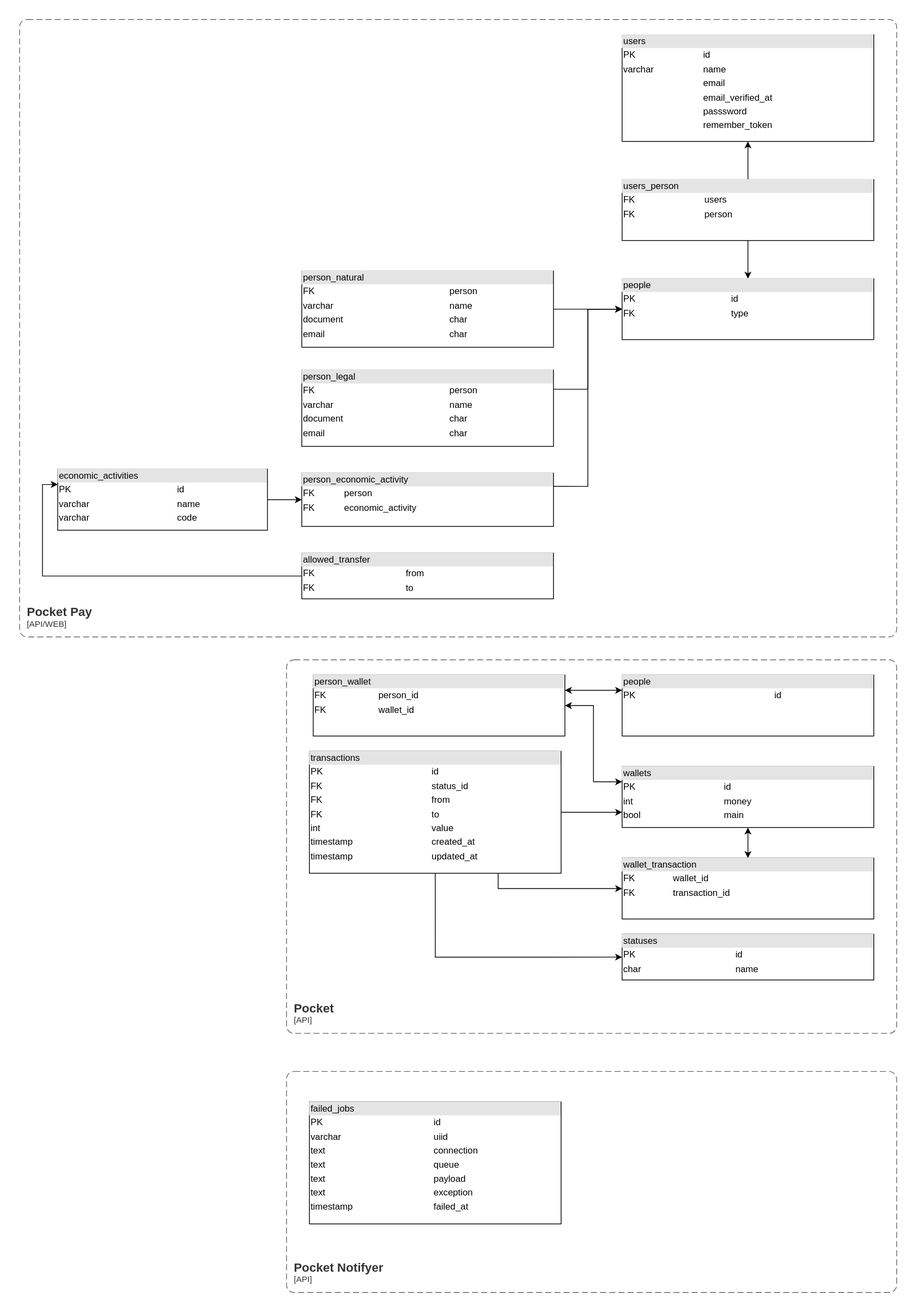
Above: doc/database.svg in vakaman/pocketpay (draw.io), before the change. Source tidied: cells renumbered, new cells last; positions are measured from the earlier drawing's top-left corner, leaving out a move shared by most shapes.
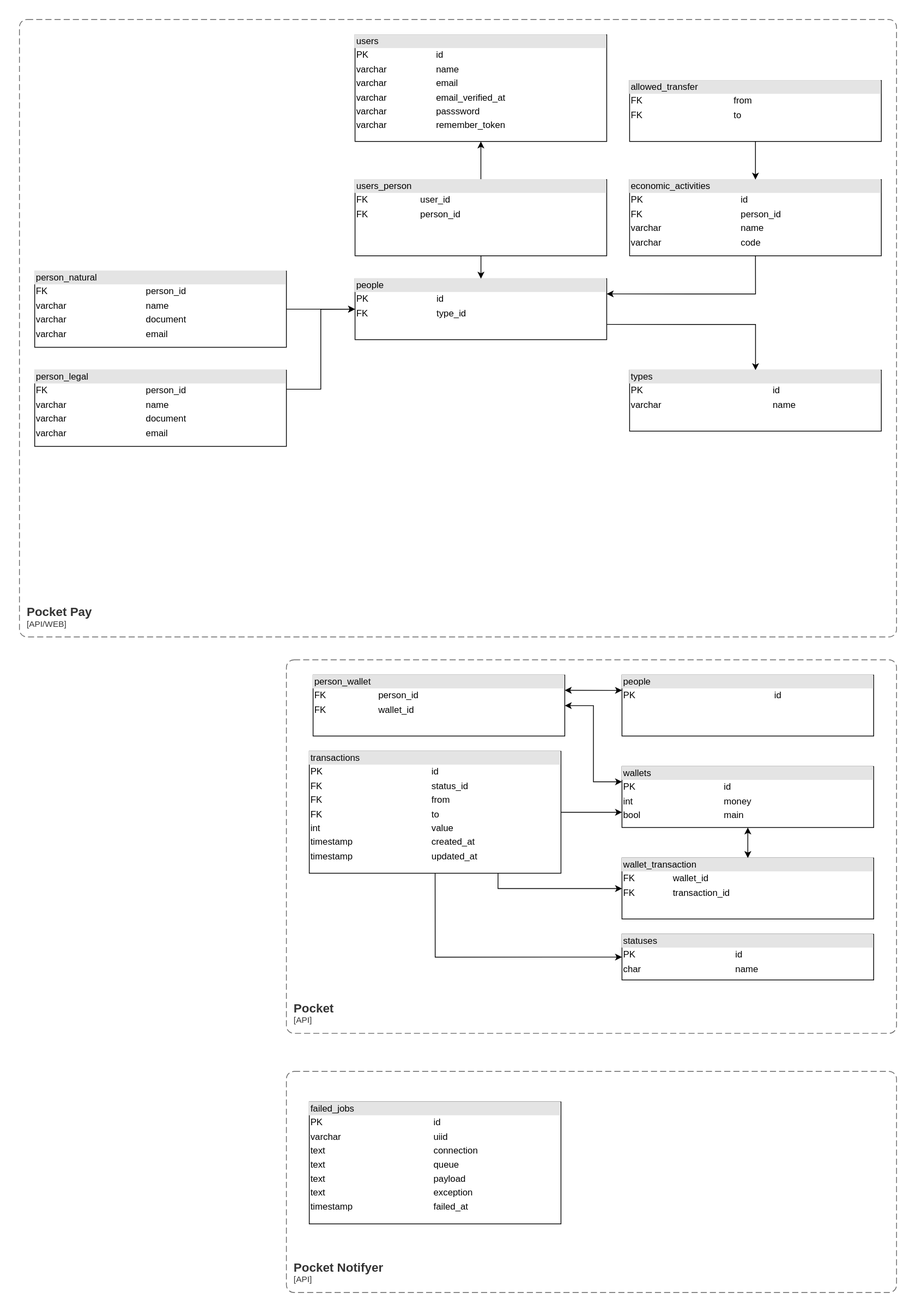
Above is the later version.

Commit message:
refact: adjust database doc

What changed in the source:
```diff
@@ -2,8 +2,8 @@
   <root>
     <mxCell id="0" />
     <mxCell id="1" parent="0" />
-    <mxCell id="2" value="&lt;div style=&quot;box-sizing:border-box;width:100%;background:#e4e4e4;padding:2px;&quot;&gt;users&lt;/div&gt;&lt;table style=&quot;width:100%;font-size:1em;&quot; cellpadding=&quot;2&quot; cellspacing=&quot;0&quot;&gt;&lt;tbody&gt;&lt;tr&gt;&lt;td&gt;PK&lt;/td&gt;&lt;td&gt;id&lt;br&gt;&lt;/td&gt;&lt;/tr&gt;&lt;tr&gt;&lt;td&gt;varchar&lt;/td&gt;&lt;td&gt;name&lt;/td&gt;&lt;/tr&gt;&lt;tr&gt;&lt;td&gt;&lt;/td&gt;&lt;td&gt;email&lt;br&gt;&lt;/td&gt;&lt;/tr&gt;&lt;tr&gt;&lt;td&gt;&lt;br&gt;&lt;/td&gt;&lt;td&gt;email_verified_at&lt;br&gt;&lt;/td&gt;&lt;/tr&gt;&lt;tr&gt;&lt;td&gt;&lt;br&gt;&lt;/td&gt;&lt;td&gt;passsword&lt;/td&gt;&lt;/tr&gt;&lt;tr&gt;&lt;td&gt;&lt;br&gt;&lt;/td&gt;&lt;td&gt;remember_token&lt;/td&gt;&lt;/tr&gt;&lt;/tbody&gt;&lt;/table&gt;" style="verticalAlign=top;align=left;overflow=fill;html=1;whiteSpace=wrap;" parent="1" vertex="1">
-      <mxGeometry x="790" y="20" width="330" height="140" as="geometry" />
+    <mxCell id="2" value="&lt;div style=&quot;box-sizing:border-box;width:100%;background:#e4e4e4;padding:2px;&quot;&gt;users&lt;/div&gt;&lt;table style=&quot;width:100%;font-size:1em;&quot; cellpadding=&quot;2&quot; cellspacing=&quot;0&quot;&gt;&lt;tbody&gt;&lt;tr&gt;&lt;td&gt;PK&lt;/td&gt;&lt;td&gt;id&lt;br&gt;&lt;/td&gt;&lt;/tr&gt;&lt;tr&gt;&lt;td&gt;varchar&lt;/td&gt;&lt;td&gt;name&lt;/td&gt;&lt;/tr&gt;&lt;tr&gt;&lt;td&gt;varchar&lt;/td&gt;&lt;td&gt;email&lt;br&gt;&lt;/td&gt;&lt;/tr&gt;&lt;tr&gt;&lt;td&gt;varchar&lt;br&gt;&lt;/td&gt;&lt;td&gt;email_verified_at&lt;br&gt;&lt;/td&gt;&lt;/tr&gt;&lt;tr&gt;&lt;td&gt;varchar&lt;br&gt;&lt;/td&gt;&lt;td&gt;passsword&lt;/td&gt;&lt;/tr&gt;&lt;tr&gt;&lt;td&gt;varchar&lt;br&gt;&lt;/td&gt;&lt;td&gt;remember_token&lt;/td&gt;&lt;/tr&gt;&lt;/tbody&gt;&lt;/table&gt;" style="verticalAlign=top;align=left;overflow=fill;html=1;whiteSpace=wrap;" parent="1" vertex="1">
+      <mxGeometry x="440" y="20" width="330" height="140" as="geometry" />
     </mxCell>
     <mxCell id="3" style="edgeStyle=orthogonalEdgeStyle;rounded=0;jettySize=auto;html=1;exitX=0.75;exitY=1;exitDx=0;exitDy=0;" parent="1" edge="1" source="5" target="31">
       <mxGeometry relative="1" as="geometry" />
@@ -31,14 +31,17 @@
     <mxCell id="9" value="&lt;div style=&quot;box-sizing:border-box;width:100%;background:#e4e4e4;padding:2px;&quot;&gt;wallets&lt;/div&gt;&lt;table style=&quot;width:100%;font-size:1em;&quot; cellpadding=&quot;2&quot; cellspacing=&quot;0&quot;&gt;&lt;tbody&gt;&lt;tr&gt;&lt;td&gt;PK&lt;/td&gt;&lt;td&gt;id&lt;br&gt;&lt;/td&gt;&lt;/tr&gt;&lt;tr&gt;&lt;td&gt;int&lt;/td&gt;&lt;td&gt;money&lt;/td&gt;&lt;/tr&gt;&lt;tr&gt;&lt;td&gt;bool&lt;/td&gt;&lt;td&gt;main&lt;/td&gt;&lt;/tr&gt;&lt;tr&gt;&lt;td&gt;&lt;br&gt;&lt;/td&gt;&lt;td&gt;&lt;br&gt;&lt;/td&gt;&lt;/tr&gt;&lt;tr&gt;&lt;td&gt;&lt;br&gt;&lt;/td&gt;&lt;td&gt;&lt;br&gt;&lt;/td&gt;&lt;/tr&gt;&lt;tr&gt;&lt;td&gt;&lt;br&gt;&lt;/td&gt;&lt;td&gt;&lt;br&gt;&lt;/td&gt;&lt;/tr&gt;&lt;/tbody&gt;&lt;/table&gt;" style="verticalAlign=top;align=left;overflow=fill;html=1;whiteSpace=wrap;" parent="1" vertex="1">
       <mxGeometry x="790" y="980" width="330" height="80" as="geometry" />
     </mxCell>
+    <mxCell id="33" style="edgeStyle=orthogonalEdgeStyle;rounded=0;jettySize=auto;html=1;exitX=1;exitY=0.75;exitDx=0;exitDy=0;" parent="1" edge="1" source="10" target="35">
+      <mxGeometry relative="1" as="geometry" />
+    </mxCell>
-    <mxCell id="10" value="&lt;div style=&quot;box-sizing:border-box;width:100%;background:#e4e4e4;padding:2px;&quot;&gt;people&lt;/div&gt;&lt;table style=&quot;width:100%;font-size:1em;&quot; cellpadding=&quot;2&quot; cellspacing=&quot;0&quot;&gt;&lt;tbody&gt;&lt;tr&gt;&lt;td&gt;PK&lt;/td&gt;&lt;td&gt;id&lt;br&gt;&lt;/td&gt;&lt;/tr&gt;&lt;tr&gt;&lt;td&gt;FK&lt;/td&gt;&lt;td&gt;type&lt;/td&gt;&lt;/tr&gt;&lt;tr&gt;&lt;td&gt;&lt;br&gt;&lt;/td&gt;&lt;td&gt;&lt;br&gt;&lt;/td&gt;&lt;/tr&gt;&lt;tr&gt;&lt;td&gt;&lt;br&gt;&lt;/td&gt;&lt;td&gt;&lt;br&gt;&lt;/td&gt;&lt;/tr&gt;&lt;tr&gt;&lt;td&gt;&lt;br&gt;&lt;/td&gt;&lt;td&gt;&lt;br&gt;&lt;/td&gt;&lt;/tr&gt;&lt;/tbody&gt;&lt;/table&gt;" style="verticalAlign=top;align=left;overflow=fill;html=1;whiteSpace=wrap;" parent="1" vertex="1">
-      <mxGeometry x="790" y="340" width="330" height="80" as="geometry" />
+    <mxCell id="10" value="&lt;div style=&quot;box-sizing:border-box;width:100%;background:#e4e4e4;padding:2px;&quot;&gt;people&lt;/div&gt;&lt;table style=&quot;width:100%;font-size:1em;&quot; cellpadding=&quot;2&quot; cellspacing=&quot;0&quot;&gt;&lt;tbody&gt;&lt;tr&gt;&lt;td&gt;PK&lt;/td&gt;&lt;td&gt;id&lt;br&gt;&lt;/td&gt;&lt;/tr&gt;&lt;tr&gt;&lt;td&gt;FK&lt;/td&gt;&lt;td&gt;type_id&lt;/td&gt;&lt;/tr&gt;&lt;tr&gt;&lt;td&gt;&lt;/td&gt;&lt;td&gt;&lt;br&gt;&lt;/td&gt;&lt;/tr&gt;&lt;tr&gt;&lt;td&gt;&lt;br&gt;&lt;/td&gt;&lt;td&gt;&lt;br&gt;&lt;/td&gt;&lt;/tr&gt;&lt;tr&gt;&lt;td&gt;&lt;br&gt;&lt;/td&gt;&lt;td&gt;&lt;br&gt;&lt;/td&gt;&lt;/tr&gt;&lt;/tbody&gt;&lt;/table&gt;" style="verticalAlign=top;align=left;overflow=fill;html=1;whiteSpace=wrap;" parent="1" vertex="1">
+      <mxGeometry x="440" y="340" width="330" height="80" as="geometry" />
     </mxCell>
     <mxCell id="11" style="edgeStyle=orthogonalEdgeStyle;rounded=0;jettySize=auto;html=1;" parent="1" edge="1" source="12" target="10">
       <mxGeometry relative="1" as="geometry" />
     </mxCell>
-    <mxCell id="12" value="&lt;div style=&quot;box-sizing:border-box;width:100%;background:#e4e4e4;padding:2px;&quot;&gt;person_natural&lt;/div&gt;&lt;table style=&quot;width:100%;font-size:1em;&quot; cellpadding=&quot;2&quot; cellspacing=&quot;0&quot;&gt;&lt;tbody&gt;&lt;tr&gt;&lt;td&gt;FK&lt;/td&gt;&lt;td&gt;person&lt;br&gt;&lt;/td&gt;&lt;/tr&gt;&lt;tr&gt;&lt;td&gt;varchar&lt;/td&gt;&lt;td&gt;name&lt;/td&gt;&lt;/tr&gt;&lt;tr&gt;&lt;td&gt;document&lt;/td&gt;&lt;td&gt;char&lt;/td&gt;&lt;/tr&gt;&lt;tr&gt;&lt;td&gt;email&lt;/td&gt;&lt;td&gt;char&lt;/td&gt;&lt;/tr&gt;&lt;tr&gt;&lt;td&gt;&lt;br&gt;&lt;/td&gt;&lt;td&gt;&lt;br&gt;&lt;/td&gt;&lt;/tr&gt;&lt;tr&gt;&lt;td&gt;&lt;br&gt;&lt;/td&gt;&lt;td&gt;&lt;br&gt;&lt;/td&gt;&lt;/tr&gt;&lt;/tbody&gt;&lt;/table&gt;" style="verticalAlign=top;align=left;overflow=fill;html=1;whiteSpace=wrap;" parent="1" vertex="1">
-      <mxGeometry x="370" y="330" width="330" height="100" as="geometry" />
+    <mxCell id="12" value="&lt;div style=&quot;box-sizing:border-box;width:100%;background:#e4e4e4;padding:2px;&quot;&gt;person_natural&lt;/div&gt;&lt;table style=&quot;width:100%;font-size:1em;&quot; cellpadding=&quot;2&quot; cellspacing=&quot;0&quot;&gt;&lt;tbody&gt;&lt;tr&gt;&lt;td&gt;FK&lt;/td&gt;&lt;td&gt;person_id&lt;br&gt;&lt;/td&gt;&lt;/tr&gt;&lt;tr&gt;&lt;td&gt;varchar&lt;/td&gt;&lt;td&gt;name&lt;/td&gt;&lt;/tr&gt;&lt;tr&gt;&lt;td&gt;varchar&lt;br&gt;&lt;/td&gt;&lt;td&gt;document&lt;/td&gt;&lt;/tr&gt;&lt;tr&gt;&lt;td&gt;varchar&lt;br&gt;&lt;/td&gt;&lt;td&gt;email&lt;/td&gt;&lt;/tr&gt;&lt;tr&gt;&lt;td&gt;&lt;br&gt;&lt;/td&gt;&lt;td&gt;&lt;br&gt;&lt;/td&gt;&lt;/tr&gt;&lt;tr&gt;&lt;td&gt;&lt;br&gt;&lt;/td&gt;&lt;td&gt;&lt;br&gt;&lt;/td&gt;&lt;/tr&gt;&lt;/tbody&gt;&lt;/table&gt;" style="verticalAlign=top;align=left;overflow=fill;html=1;whiteSpace=wrap;" parent="1" vertex="1">
+      <mxGeometry x="20" y="330" width="330" height="100" as="geometry" />
     </mxCell>
     <mxCell id="13" style="edgeStyle=orthogonalEdgeStyle;rounded=0;jettySize=auto;html=1;entryX=0;entryY=0.5;entryDx=0;entryDy=0;exitX=1;exitY=0.25;exitDx=0;exitDy=0;" parent="1" edge="1" source="17" target="10">
       <mxGeometry relative="1" as="geometry" />
@@ -49,29 +52,23 @@
     <mxCell id="15" style="edgeStyle=orthogonalEdgeStyle;rounded=0;jettySize=auto;html=1;" parent="1" edge="1" source="16" target="10">
       <mxGeometry relative="1" as="geometry" />
     </mxCell>
-    <mxCell id="16" value="&lt;div style=&quot;box-sizing:border-box;width:100%;background:#e4e4e4;padding:2px;&quot;&gt;users_person&lt;/div&gt;&lt;table style=&quot;width:100%;font-size:1em;&quot; cellpadding=&quot;2&quot; cellspacing=&quot;0&quot;&gt;&lt;tbody&gt;&lt;tr&gt;&lt;td&gt;FK&lt;/td&gt;&lt;td&gt;users&lt;/td&gt;&lt;/tr&gt;&lt;tr&gt;&lt;td&gt;FK&lt;/td&gt;&lt;td&gt;person&lt;/td&gt;&lt;/tr&gt;&lt;tr&gt;&lt;td&gt;&lt;br&gt;&lt;/td&gt;&lt;td&gt;&lt;br&gt;&lt;/td&gt;&lt;/tr&gt;&lt;tr&gt;&lt;td&gt;&lt;br&gt;&lt;/td&gt;&lt;td&gt;&lt;br&gt;&lt;/td&gt;&lt;/tr&gt;&lt;tr&gt;&lt;td&gt;&lt;br&gt;&lt;/td&gt;&lt;td&gt;&lt;br&gt;&lt;/td&gt;&lt;/tr&gt;&lt;/tbody&gt;&lt;/table&gt;" style="verticalAlign=top;align=left;overflow=fill;html=1;whiteSpace=wrap;" parent="1" vertex="1">
-      <mxGeometry x="790" y="210" width="330" height="80" as="geometry" />
+    <mxCell id="16" value="&lt;div style=&quot;box-sizing:border-box;width:100%;background:#e4e4e4;padding:2px;&quot;&gt;users_person&lt;/div&gt;&lt;table style=&quot;width:100%;font-size:1em;&quot; cellpadding=&quot;2&quot; cellspacing=&quot;0&quot;&gt;&lt;tbody&gt;&lt;tr&gt;&lt;td&gt;FK&lt;/td&gt;&lt;td&gt;user_id&lt;/td&gt;&lt;/tr&gt;&lt;tr&gt;&lt;td&gt;FK&lt;/td&gt;&lt;td&gt;person_id&lt;/td&gt;&lt;/tr&gt;&lt;tr&gt;&lt;td&gt;&lt;br&gt;&lt;/td&gt;&lt;td&gt;&lt;br&gt;&lt;/td&gt;&lt;/tr&gt;&lt;tr&gt;&lt;td&gt;&lt;br&gt;&lt;/td&gt;&lt;td&gt;&lt;br&gt;&lt;/td&gt;&lt;/tr&gt;&lt;tr&gt;&lt;td&gt;&lt;br&gt;&lt;/td&gt;&lt;td&gt;&lt;br&gt;&lt;/td&gt;&lt;/tr&gt;&lt;/tbody&gt;&lt;/table&gt;" style="verticalAlign=top;align=left;overflow=fill;html=1;whiteSpace=wrap;" parent="1" vertex="1">
+      <mxGeometry x="440" y="210" width="330" height="100" as="geometry" />
     </mxCell>
-    <mxCell id="17" value="&lt;div style=&quot;box-sizing:border-box;width:100%;background:#e4e4e4;padding:2px;&quot;&gt;person_legal&lt;/div&gt;&lt;table style=&quot;width:100%;font-size:1em;&quot; cellpadding=&quot;2&quot; cellspacing=&quot;0&quot;&gt;&lt;tbody&gt;&lt;tr&gt;&lt;td&gt;FK&lt;/td&gt;&lt;td&gt;person&lt;/td&gt;&lt;/tr&gt;&lt;tr&gt;&lt;td&gt;varchar&lt;/td&gt;&lt;td&gt;name&lt;/td&gt;&lt;/tr&gt;&lt;tr&gt;&lt;td&gt;document&lt;/td&gt;&lt;td&gt;char&lt;/td&gt;&lt;/tr&gt;&lt;tr&gt;&lt;td&gt;email&lt;/td&gt;&lt;td&gt;char&lt;/td&gt;&lt;/tr&gt;&lt;tr&gt;&lt;td&gt;&lt;br&gt;&lt;/td&gt;&lt;td&gt;&lt;br&gt;&lt;/td&gt;&lt;/tr&gt;&lt;tr&gt;&lt;td&gt;&lt;br&gt;&lt;/td&gt;&lt;td&gt;&lt;br&gt;&lt;/td&gt;&lt;/tr&gt;&lt;/tbody&gt;&lt;/table&gt;" style="verticalAlign=top;align=left;overflow=fill;html=1;whiteSpace=wrap;" parent="1" vertex="1">
-      <mxGeometry x="370" y="460" width="330" height="100" as="geometry" />
+    <mxCell id="17" value="&lt;div style=&quot;box-sizing:border-box;width:100%;background:#e4e4e4;padding:2px;&quot;&gt;person_legal&lt;/div&gt;&lt;table style=&quot;width:100%;font-size:1em;&quot; cellpadding=&quot;2&quot; cellspacing=&quot;0&quot;&gt;&lt;tbody&gt;&lt;tr&gt;&lt;td&gt;FK&lt;/td&gt;&lt;td&gt;person_id&lt;br&gt;&lt;/td&gt;&lt;/tr&gt;&lt;tr&gt;&lt;td&gt;varchar&lt;/td&gt;&lt;td&gt;name&lt;/td&gt;&lt;/tr&gt;&lt;tr&gt;&lt;td&gt;varchar&lt;br&gt;&lt;/td&gt;&lt;td&gt;document&lt;/td&gt;&lt;/tr&gt;&lt;tr&gt;&lt;td&gt;varchar&lt;br&gt;&lt;/td&gt;&lt;td&gt;email&lt;/td&gt;&lt;/tr&gt;&lt;tr&gt;&lt;td&gt;&lt;br&gt;&lt;/td&gt;&lt;td&gt;&lt;br&gt;&lt;/td&gt;&lt;/tr&gt;&lt;tr&gt;&lt;td&gt;&lt;br&gt;&lt;/td&gt;&lt;td&gt;&lt;br&gt;&lt;/td&gt;&lt;/tr&gt;&lt;/tbody&gt;&lt;/table&gt;" style="verticalAlign=top;align=left;overflow=fill;html=1;whiteSpace=wrap;" parent="1" vertex="1">
+      <mxGeometry x="20" y="460" width="330" height="100" as="geometry" />
     </mxCell>
-    <mxCell id="18" style="edgeStyle=orthogonalEdgeStyle;rounded=0;jettySize=auto;html=1;entryX=0;entryY=0.5;entryDx=0;entryDy=0;exitX=1;exitY=0.25;exitDx=0;exitDy=0;" parent="1" edge="1" source="19" target="10">
-      <mxGeometry relative="1" as="geometry" />
-    </mxCell>
-    <mxCell id="19" value="&lt;div style=&quot;box-sizing:border-box;width:100%;background:#e4e4e4;padding:2px;&quot;&gt;person_economic_activity&lt;/div&gt;&lt;table style=&quot;width:100%;font-size:1em;&quot; cellpadding=&quot;2&quot; cellspacing=&quot;0&quot;&gt;&lt;tbody&gt;&lt;tr&gt;&lt;td&gt;FK&lt;/td&gt;&lt;td&gt;person&lt;/td&gt;&lt;/tr&gt;&lt;tr&gt;&lt;td&gt;FK&lt;/td&gt;&lt;td&gt;economic_activity&lt;br&gt;&lt;/td&gt;&lt;/tr&gt;&lt;tr&gt;&lt;td&gt;&lt;br&gt;&lt;/td&gt;&lt;td&gt;&lt;br&gt;&lt;/td&gt;&lt;/tr&gt;&lt;tr&gt;&lt;td&gt;&lt;br&gt;&lt;/td&gt;&lt;td&gt;&lt;br&gt;&lt;/td&gt;&lt;/tr&gt;&lt;tr&gt;&lt;td&gt;&lt;br&gt;&lt;/td&gt;&lt;td&gt;&lt;br&gt;&lt;/td&gt;&lt;/tr&gt;&lt;/tbody&gt;&lt;/table&gt;" style="verticalAlign=top;align=left;overflow=fill;html=1;whiteSpace=wrap;" parent="1" vertex="1">
-      <mxGeometry x="370" y="595" width="330" height="70" as="geometry" />
-    </mxCell>
-    <mxCell id="20" style="edgeStyle=orthogonalEdgeStyle;rounded=0;jettySize=auto;html=1;" parent="1" edge="1" source="21" target="19">
-      <mxGeometry relative="1" as="geometry" />
-    </mxCell>
+    <mxCell id="34" style="edgeStyle=orthogonalEdgeStyle;rounded=0;jettySize=auto;html=1;exitX=0.5;exitY=1;exitDx=0;exitDy=0;entryX=1;entryY=0.25;entryDx=0;entryDy=0;" parent="1" edge="1" source="21" target="10">
+      <mxGeometry relative="1" as="geometry" />
+    </mxCell>
-    <mxCell id="21" value="&lt;div style=&quot;box-sizing:border-box;width:100%;background:#e4e4e4;padding:2px;&quot;&gt;economic_activities&lt;/div&gt;&lt;table style=&quot;width:100%;font-size:1em;&quot; cellpadding=&quot;2&quot; cellspacing=&quot;0&quot;&gt;&lt;tbody&gt;&lt;tr&gt;&lt;td&gt;PK&lt;/td&gt;&lt;td&gt;id&lt;/td&gt;&lt;/tr&gt;&lt;tr&gt;&lt;td&gt;varchar&lt;/td&gt;&lt;td&gt;name&lt;br&gt;&lt;/td&gt;&lt;/tr&gt;&lt;tr&gt;&lt;td&gt;varchar&lt;br&gt;&lt;/td&gt;&lt;td&gt;code&lt;/td&gt;&lt;/tr&gt;&lt;tr&gt;&lt;td&gt;&lt;br&gt;&lt;/td&gt;&lt;td&gt;&lt;br&gt;&lt;/td&gt;&lt;/tr&gt;&lt;tr&gt;&lt;td&gt;&lt;br&gt;&lt;/td&gt;&lt;td&gt;&lt;br&gt;&lt;/td&gt;&lt;/tr&gt;&lt;/tbody&gt;&lt;/table&gt;" style="verticalAlign=top;align=left;overflow=fill;html=1;whiteSpace=wrap;" parent="1" vertex="1">
-      <mxGeometry x="50" y="590" width="275" height="80" as="geometry" />
+    <mxCell id="21" value="&lt;div style=&quot;box-sizing:border-box;width:100%;background:#e4e4e4;padding:2px;&quot;&gt;economic_activities&lt;/div&gt;&lt;table style=&quot;width:100%;font-size:1em;&quot; cellpadding=&quot;2&quot; cellspacing=&quot;0&quot;&gt;&lt;tbody&gt;&lt;tr&gt;&lt;td&gt;PK&lt;/td&gt;&lt;td&gt;id&lt;/td&gt;&lt;/tr&gt;&lt;tr&gt;&lt;td&gt;FK&lt;/td&gt;&lt;td&gt;person_id&lt;/td&gt;&lt;/tr&gt;&lt;tr&gt;&lt;td&gt;varchar&lt;/td&gt;&lt;td&gt;name&lt;br&gt;&lt;/td&gt;&lt;/tr&gt;&lt;tr&gt;&lt;td&gt;varchar&lt;br&gt;&lt;/td&gt;&lt;td&gt;code&lt;/td&gt;&lt;/tr&gt;&lt;tr&gt;&lt;td&gt;&lt;br&gt;&lt;/td&gt;&lt;td&gt;&lt;br&gt;&lt;/td&gt;&lt;/tr&gt;&lt;tr&gt;&lt;td&gt;&lt;br&gt;&lt;/td&gt;&lt;td&gt;&lt;br&gt;&lt;/td&gt;&lt;/tr&gt;&lt;/tbody&gt;&lt;/table&gt;" style="verticalAlign=top;align=left;overflow=fill;html=1;whiteSpace=wrap;" parent="1" vertex="1">
+      <mxGeometry x="800" y="210" width="330" height="100" as="geometry" />
     </mxCell>
-    <mxCell id="22" style="edgeStyle=orthogonalEdgeStyle;rounded=0;jettySize=auto;html=1;entryX=0;entryY=0.25;entryDx=0;entryDy=0;" parent="1" edge="1" source="23" target="21">
+    <mxCell id="22" style="edgeStyle=orthogonalEdgeStyle;rounded=0;jettySize=auto;html=1;exitX=0.5;exitY=1;exitDx=0;exitDy=0;entryX=0.5;entryY=0;entryDx=0;entryDy=0;" parent="1" edge="1" source="23" target="21">
       <mxGeometry relative="1" as="geometry" />
     </mxCell>
     <mxCell id="23" value="&lt;div style=&quot;box-sizing:border-box;width:100%;background:#e4e4e4;padding:2px;&quot;&gt;allowed_transfer&lt;/div&gt;&lt;table style=&quot;width:100%;font-size:1em;&quot; cellpadding=&quot;2&quot; cellspacing=&quot;0&quot;&gt;&lt;tbody&gt;&lt;tr&gt;&lt;td&gt;FK&lt;/td&gt;&lt;td&gt;from&lt;/td&gt;&lt;/tr&gt;&lt;tr&gt;&lt;td&gt;FK&lt;/td&gt;&lt;td&gt;to&lt;/td&gt;&lt;/tr&gt;&lt;/tbody&gt;&lt;/table&gt;" style="verticalAlign=top;align=left;overflow=fill;html=1;whiteSpace=wrap;" parent="1" vertex="1">
-      <mxGeometry x="370" y="700" width="330" height="60" as="geometry" />
+      <mxGeometry x="800" y="80" width="330" height="80" as="geometry" />
     </mxCell>
     <mxCell id="24" style="edgeStyle=orthogonalEdgeStyle;rounded=0;jettySize=auto;html=1;entryX=0;entryY=0.5;entryDx=0;entryDy=0;exitX=0.5;exitY=1;exitDx=0;exitDy=0;" parent="1" edge="1" source="5" target="25">
       <mxGeometry relative="1" as="geometry" />
@@ -106,5 +103,8 @@
     <mxCell id="32" value="&lt;div style=&quot;box-sizing:border-box;width:100%;background:#e4e4e4;padding:2px;&quot;&gt;people&lt;/div&gt;&lt;table style=&quot;width:100%;font-size:1em;&quot; cellpadding=&quot;2&quot; cellspacing=&quot;0&quot;&gt;&lt;tbody&gt;&lt;tr&gt;&lt;td&gt;PK&lt;/td&gt;&lt;td&gt;id&lt;/td&gt;&lt;/tr&gt;&lt;tr&gt;&lt;td&gt;&lt;br&gt;&lt;/td&gt;&lt;td&gt;&lt;br&gt;&lt;/td&gt;&lt;/tr&gt;&lt;tr&gt;&lt;td&gt;&lt;br&gt;&lt;/td&gt;&lt;td&gt;&lt;br&gt;&lt;/td&gt;&lt;/tr&gt;&lt;tr&gt;&lt;td&gt;&lt;br&gt;&lt;/td&gt;&lt;td&gt;&lt;br&gt;&lt;/td&gt;&lt;/tr&gt;&lt;/tbody&gt;&lt;/table&gt;" style="verticalAlign=top;align=left;overflow=fill;html=1;whiteSpace=wrap;" parent="1" vertex="1">
       <mxGeometry x="790" y="860" width="330" height="80" as="geometry" />
     </mxCell>
+    <mxCell id="35" value="&lt;div style=&quot;box-sizing:border-box;width:100%;background:#e4e4e4;padding:2px;&quot;&gt;types&lt;/div&gt;&lt;table style=&quot;width:100%;font-size:1em;&quot; cellpadding=&quot;2&quot; cellspacing=&quot;0&quot;&gt;&lt;tbody&gt;&lt;tr&gt;&lt;td&gt;PK&lt;/td&gt;&lt;td&gt;id&lt;br&gt;&lt;/td&gt;&lt;/tr&gt;&lt;tr&gt;&lt;td&gt;varchar&lt;/td&gt;&lt;td&gt;name&lt;/td&gt;&lt;/tr&gt;&lt;tr&gt;&lt;td&gt;&lt;br&gt;&lt;/td&gt;&lt;td&gt;&lt;br&gt;&lt;/td&gt;&lt;/tr&gt;&lt;tr&gt;&lt;td&gt;&lt;br&gt;&lt;/td&gt;&lt;td&gt;&lt;br&gt;&lt;/td&gt;&lt;/tr&gt;&lt;tr&gt;&lt;td&gt;&lt;br&gt;&lt;/td&gt;&lt;td&gt;&lt;br&gt;&lt;/td&gt;&lt;/tr&gt;&lt;/tbody&gt;&lt;/table&gt;" style="verticalAlign=top;align=left;overflow=fill;html=1;whiteSpace=wrap;" parent="1" vertex="1">
+      <mxGeometry x="800" y="460" width="330" height="80" as="geometry" />
+    </mxCell>
   </root>
 </mxGraphModel>
```
